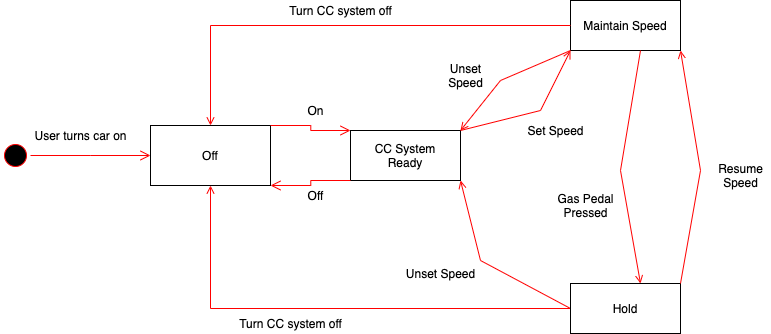
ericaltenburg/cs347 keeps this draw.io diagram as cruiseControl/images/stateUML.png. Above is the earlier version. Source tidied: cells renumbered, new cells last; positions are measured from the earlier drawing's top-left corner, leaving out a move shared by most shapes. Source of this version:
```xml
<mxGraphModel background="#ffffff">
  <root>
    <mxCell id="0" />
    <mxCell id="1" parent="0" />
    <mxCell id="2" style="endArrow=open;strokeColor=#FF0000;endFill=1;rounded=0;exitX=0;exitY=0.5;exitDx=0;exitDy=0;entryX=1;entryY=1;entryDx=0;entryDy=0;" parent="1" edge="1" source="8" target="5">
      <mxGeometry relative="1" as="geometry">
        <Array as="points">
          <mxPoint x="480" y="260" />
        </Array>
      </mxGeometry>
    </mxCell>
    <mxCell id="3" style="ellipse;shape=startState;fillColor=#000000;strokeColor=#ff0000;" parent="1" vertex="1">
      <mxGeometry y="140" width="30" height="30" as="geometry" />
    </mxCell>
    <mxCell id="4" style="edgeStyle=elbowEdgeStyle;elbow=horizontal;verticalAlign=bottom;endArrow=open;endSize=8;strokeColor=#FF0000;endFill=1;rounded=0;" parent="1" edge="1" source="3">
      <mxGeometry x="14.5" y="128" as="geometry">
        <mxPoint x="150" y="155" as="targetPoint" />
      </mxGeometry>
    </mxCell>
    <mxCell id="5" value="CC System&#10;Ready" parent="1" vertex="1">
      <mxGeometry x="350" y="130" width="110" height="50" as="geometry" />
    </mxCell>
    <mxCell id="6" style="edgeStyle=elbowEdgeStyle;elbow=horizontal;strokeColor=#FF0000;endArrow=open;endFill=1;rounded=0;exitX=0;exitY=0.5;exitDx=0;exitDy=0;entryX=0.5;entryY=1;entryDx=0;entryDy=0;" parent="1" edge="1" source="8" target="15">
      <mxGeometry relative="1" as="geometry">
        <Array as="points">
          <mxPoint x="210" y="270" />
        </Array>
      </mxGeometry>
    </mxCell>
    <mxCell id="7" style="endArrow=open;strokeColor=#FF0000;endFill=1;rounded=0;entryX=0;entryY=1;entryDx=0;entryDy=0;exitX=1;exitY=0;exitDx=0;exitDy=0;" parent="1" edge="1" source="5" target="10">
      <mxGeometry relative="1" as="geometry">
        <Array as="points">
          <mxPoint x="540" y="110" />
        </Array>
      </mxGeometry>
    </mxCell>
    <mxCell id="8" value="Hold" parent="1" vertex="1">
      <mxGeometry x="570" y="283" width="110" height="50" as="geometry" />
    </mxCell>
    <mxCell id="9" style="endArrow=open;strokeColor=#FF0000;endFill=1;rounded=0;entryX=1;entryY=1;entryDx=0;entryDy=0;exitX=1;exitY=0;exitDx=0;exitDy=0;" parent="1" edge="1" source="8" target="10">
      <mxGeometry relative="1" as="geometry">
        <Array as="points">
          <mxPoint x="700" y="170" />
        </Array>
      </mxGeometry>
    </mxCell>
    <mxCell id="10" value="Maintain Speed" parent="1" vertex="1">
      <mxGeometry x="570" width="110" height="50" as="geometry" />
    </mxCell>
    <mxCell id="11" value="User turns car on" style="text;html=1;align=center;verticalAlign=middle;" parent="1" vertex="1">
      <mxGeometry x="25" y="125" width="110" height="20" as="geometry" />
    </mxCell>
    <mxCell id="12" value="Set Speed" style="text;html=1;align=center;verticalAlign=middle;" parent="1" vertex="1">
      <mxGeometry x="520" y="120" width="70" height="20" as="geometry" />
    </mxCell>
    <mxCell id="13" style="endArrow=open;strokeColor=#FF0000;endFill=1;rounded=0;entryX=1;entryY=0;entryDx=0;entryDy=0;exitX=0;exitY=1;exitDx=0;exitDy=0;" parent="1" edge="1" source="10" target="5">
      <mxGeometry relative="1" as="geometry">
        <Array as="points">
          <mxPoint x="500" y="80" />
        </Array>
      </mxGeometry>
    </mxCell>
    <mxCell id="14" value="Unset&lt;br&gt;Speed&lt;br&gt;" style="text;html=1;align=center;verticalAlign=middle;" parent="1" vertex="1">
      <mxGeometry x="440" y="60" width="50" height="30" as="geometry" />
    </mxCell>
    <mxCell id="15" value="Off" style="rounded=0;whiteSpace=wrap;html=1;" parent="1" vertex="1">
      <mxGeometry x="150" y="125" width="120" height="60" as="geometry" />
    </mxCell>
    <mxCell id="16" style="edgeStyle=elbowEdgeStyle;elbow=horizontal;verticalAlign=bottom;endArrow=open;endSize=8;strokeColor=#FF0000;endFill=1;rounded=0;entryX=0;entryY=0;entryDx=0;entryDy=0;exitX=1;exitY=0;exitDx=0;exitDy=0;" parent="1" edge="1" source="15" target="5">
      <mxGeometry x="254.5" y="127.4" as="geometry" />
    </mxCell>
    <mxCell id="17" value="Unset Speed" style="text;html=1;align=center;verticalAlign=middle;" parent="1" vertex="1">
      <mxGeometry x="400" y="263" width="80" height="20" as="geometry" />
    </mxCell>
    <mxCell id="18" value="Turn CC system off" style="text;html=1;align=center;verticalAlign=middle;" parent="1" vertex="1">
      <mxGeometry x="230" y="313" width="120" height="20" as="geometry" />
    </mxCell>
    <mxCell id="19" value="On&lt;br&gt;" style="text;html=1;align=center;verticalAlign=middle;" parent="1" vertex="1">
      <mxGeometry x="300" y="100" width="30" height="20" as="geometry" />
    </mxCell>
    <mxCell id="20" style="edgeStyle=elbowEdgeStyle;elbow=horizontal;verticalAlign=bottom;endArrow=open;endSize=8;strokeColor=#FF0000;endFill=1;rounded=0;entryX=0;entryY=0;entryDx=0;entryDy=0;exitX=0;exitY=1;exitDx=0;exitDy=0;" parent="1" edge="1" source="5">
      <mxGeometry x="254.5" y="187.4" as="geometry">
        <mxPoint x="270" y="185" as="targetPoint" />
      </mxGeometry>
    </mxCell>
    <mxCell id="21" value="Off" style="text;html=1;align=center;verticalAlign=middle;" parent="1" vertex="1">
      <mxGeometry x="300" y="185" width="30" height="20" as="geometry" />
    </mxCell>
    <mxCell id="22" value="Resume&lt;br&gt;Speed" style="text;html=1;align=center;verticalAlign=middle;" parent="1" vertex="1">
      <mxGeometry x="710" y="160" width="60" height="30" as="geometry" />
    </mxCell>
    <mxCell id="23" style="endArrow=open;strokeColor=#FF0000;endFill=1;rounded=0;entryX=1;entryY=1;entryDx=0;entryDy=0;exitX=1;exitY=0;exitDx=0;exitDy=0;" parent="1" edge="1">
      <mxGeometry relative="1" as="geometry">
        <mxPoint x="640" y="50" as="sourcePoint" />
        <mxPoint x="640" y="283" as="targetPoint" />
        <Array as="points">
          <mxPoint x="620" y="170" />
        </Array>
      </mxGeometry>
    </mxCell>
    <mxCell id="24" value="Gas Pedal&lt;br&gt;Pressed" style="text;html=1;align=center;verticalAlign=middle;" parent="1" vertex="1">
      <mxGeometry x="550" y="190" width="70" height="30" as="geometry" />
    </mxCell>
    <mxCell id="25" style="edgeStyle=elbowEdgeStyle;elbow=horizontal;strokeColor=#FF0000;endArrow=open;endFill=1;rounded=0;exitX=0;exitY=0.5;exitDx=0;exitDy=0;entryX=0.5;entryY=0;entryDx=0;entryDy=0;" parent="1" edge="1" source="10" target="15">
      <mxGeometry relative="1" as="geometry">
        <Array as="points">
          <mxPoint x="210" y="50" />
        </Array>
      </mxGeometry>
    </mxCell>
    <mxCell id="26" value="Turn CC system off" style="text;html=1;align=center;verticalAlign=middle;" parent="1" vertex="1">
      <mxGeometry x="280" width="120" height="20" as="geometry" />
    </mxCell>
  </root>
</mxGraphModel>
```
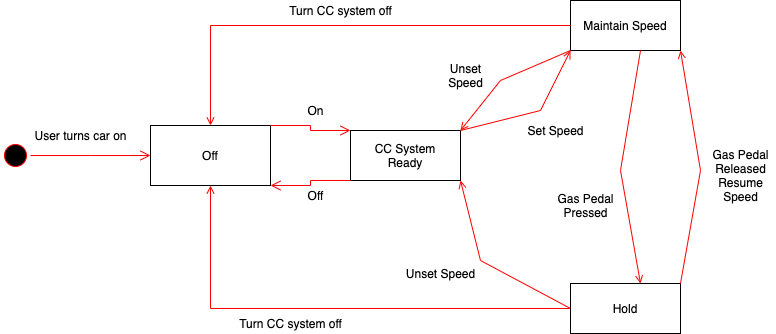
Later version of the same file.

Change to the diagram source:
```diff
@@ -86,8 +86,8 @@
     <mxCell id="21" value="Off" style="text;html=1;align=center;verticalAlign=middle;" parent="1" vertex="1">
       <mxGeometry x="300" y="185" width="30" height="20" as="geometry" />
     </mxCell>
-    <mxCell id="22" value="Resume&lt;br&gt;Speed" style="text;html=1;align=center;verticalAlign=middle;" parent="1" vertex="1">
-      <mxGeometry x="710" y="160" width="60" height="30" as="geometry" />
+    <mxCell id="22" value="Gas Pedal&lt;br&gt;Released&lt;br&gt;Resume&lt;br&gt;Speed" style="text;html=1;align=center;verticalAlign=middle;" parent="1" vertex="1">
+      <mxGeometry x="705" y="145" width="70" height="60" as="geometry" />
     </mxCell>
     <mxCell id="23" style="endArrow=open;strokeColor=#FF0000;endFill=1;rounded=0;entryX=1;entryY=1;entryDx=0;entryDy=0;exitX=1;exitY=0;exitDx=0;exitDy=0;" parent="1" edge="1">
       <mxGeometry relative="1" as="geometry">
```
